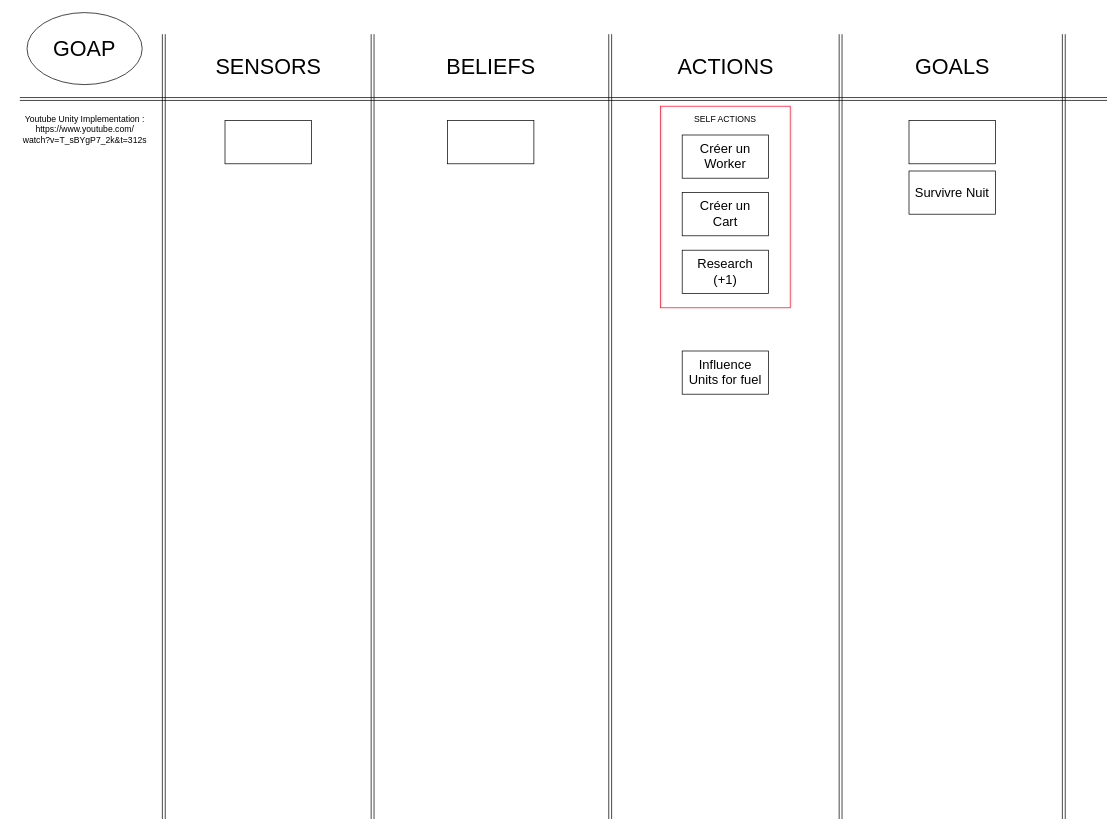
This is page "City" (3 of 6) of sources/lux.drawio from LouisViel/Lux-AI, a draw.io file, before an edit. Source tidied: cells renumbered, new cells numbered last; positions are measured from the earlier drawing's top-left corner, leaving out a move shared by most shapes. Both pictures are drawn from the tidied source at 72%, with x=0, y=0 at pixel (12, 12).
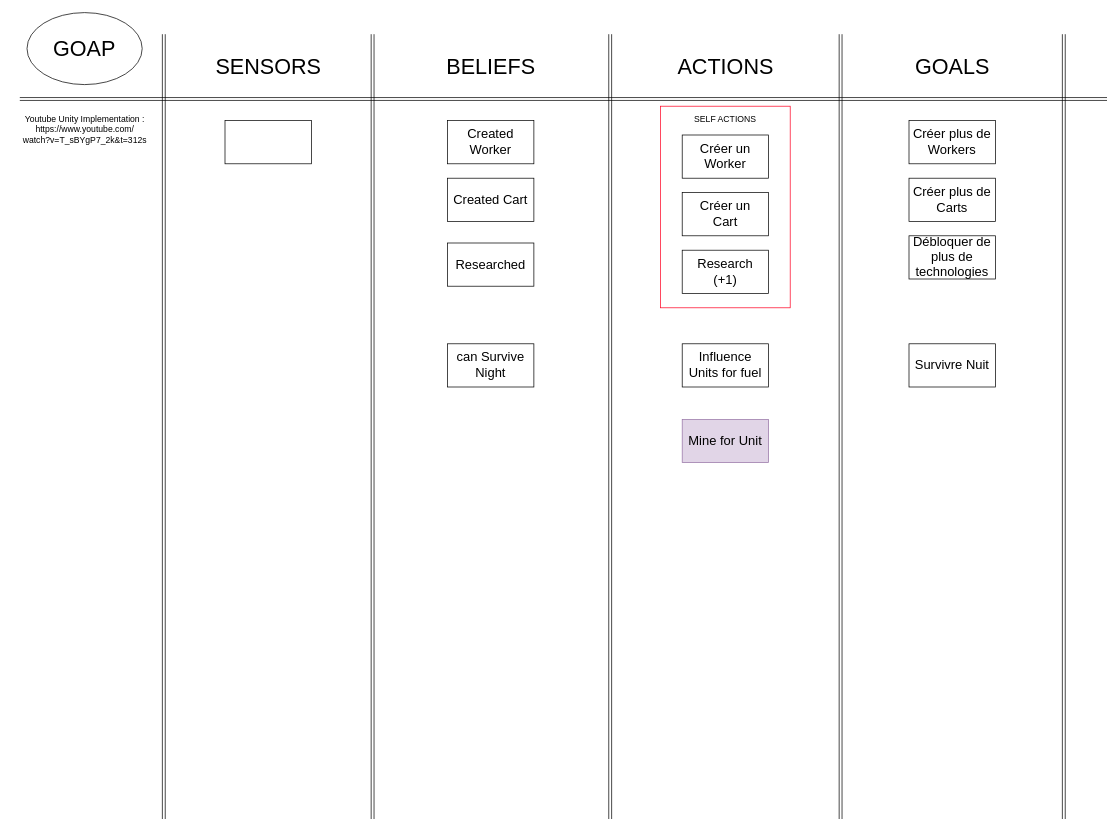
The same diagram, later.

The edit, as a diff of the source:
```diff
@@
-    <mxCell id="13" style="whiteSpace=wrap;html=1;fontSize=18;labelBackgroundColor=none;" parent="1" vertex="1">
+    <mxCell id="13" value="Created Worker" style="whiteSpace=wrap;html=1;fontSize=18;labelBackgroundColor=none;" parent="1" vertex="1">
       <mxGeometry x="604" y="150" width="120" height="60" as="geometry" />
     </mxCell>
-    <mxCell id="14" style="whiteSpace=wrap;html=1;fontSize=18;labelBackgroundColor=none;" parent="1" vertex="1">
+    <mxCell id="14" value="Créer plus de Workers" style="whiteSpace=wrap;html=1;fontSize=18;labelBackgroundColor=none;" parent="1" vertex="1">
       <mxGeometry x="1245" y="150" width="120" height="60" as="geometry" />
     </mxCell>
@@
     <mxCell id="18" value="Survivre Nuit" style="whiteSpace=wrap;html=1;fontSize=18;labelBackgroundColor=none;" parent="1" vertex="1">
-      <mxGeometry x="1245" y="220" width="120" height="60" as="geometry" />
+      <mxGeometry x="1245" y="460" width="120" height="60" as="geometry" />
     </mxCell>
@@
     <mxCell id="22" value="Influence Units for fuel" style="whiteSpace=wrap;html=1;fontSize=18;labelBackgroundColor=none;" parent="1" vertex="1">
-      <mxGeometry x="930" y="470" width="120" height="60" as="geometry" />
+      <mxGeometry x="930" y="460" width="120" height="60" as="geometry" />
     </mxCell>
+    <mxCell id="23" value="Mine for Unit" style="whiteSpace=wrap;html=1;fontSize=18;labelBackgroundColor=none;fillColor=#e1d5e7;strokeColor=#9673a6;" parent="1" vertex="1">
+      <mxGeometry x="930" y="565" width="120" height="60" as="geometry" />
+    </mxCell>
+    <mxCell id="24" value="Créer plus de Carts" style="whiteSpace=wrap;html=1;fontSize=18;labelBackgroundColor=none;" parent="1" vertex="1">
+      <mxGeometry x="1245" y="230" width="120" height="60" as="geometry" />
+    </mxCell>
+    <mxCell id="25" value="Débloquer de plus de technologies" style="whiteSpace=wrap;html=1;fontSize=18;labelBackgroundColor=none;" parent="1" vertex="1">
+      <mxGeometry x="1245" y="310" width="120" height="60" as="geometry" />
+    </mxCell>
+    <mxCell id="26" value="Created Cart" style="whiteSpace=wrap;html=1;fontSize=18;labelBackgroundColor=none;" parent="1" vertex="1">
+      <mxGeometry x="604" y="230" width="120" height="60" as="geometry" />
+    </mxCell>
+    <mxCell id="27" value="Researched" style="whiteSpace=wrap;html=1;fontSize=18;labelBackgroundColor=none;" parent="1" vertex="1">
+      <mxGeometry x="604" y="320" width="120" height="60" as="geometry" />
+    </mxCell>
+    <mxCell id="28" value="can Survive Night" style="whiteSpace=wrap;html=1;fontSize=18;labelBackgroundColor=none;" parent="1" vertex="1">
+      <mxGeometry x="604" y="460" width="120" height="60" as="geometry" />
+    </mxCell>
```
